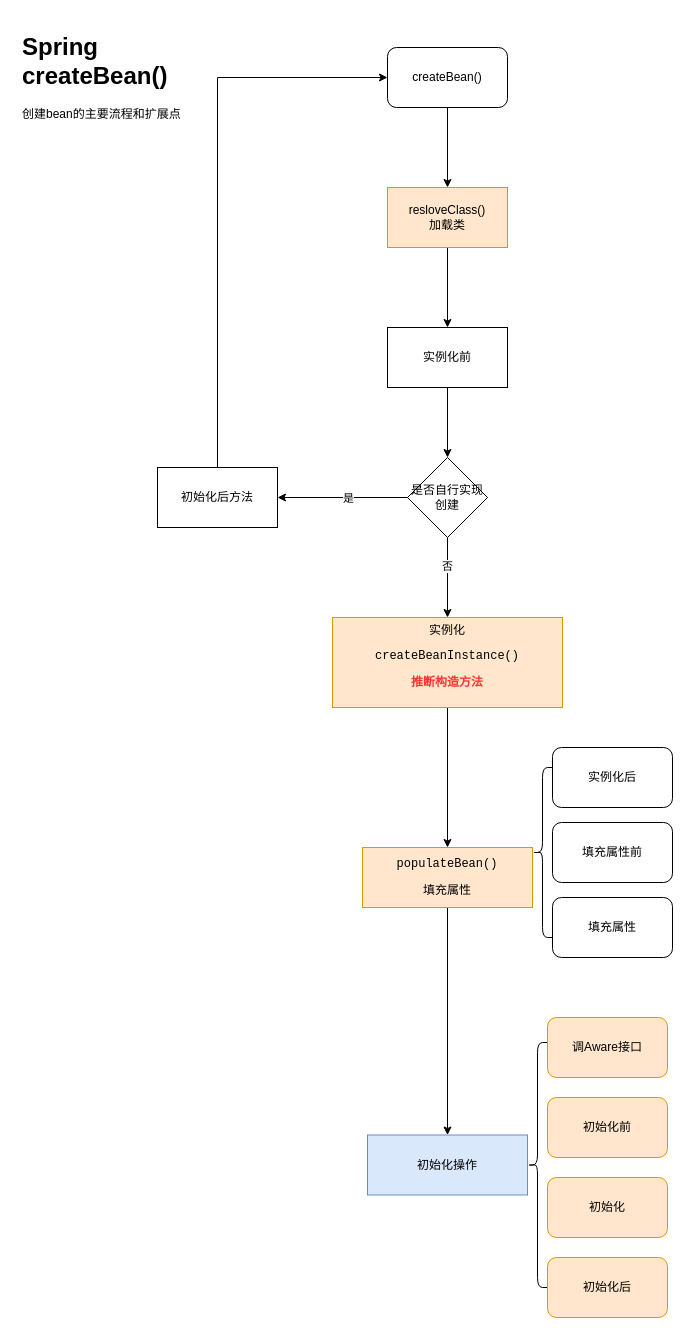
naccoit/drawio keeps this draw.io diagram as runninpanda/framework/spring/Spring createBean流程.drawio. Above is the earlier version. Source tidied: cells renumbered, new cells numbered last; positions are measured from the earlier drawing's top-left corner, leaving out a move shared by most shapes. Both pictures are drawn from the tidied source at 100%, with x=0, y=0 at pixel (17, 27).
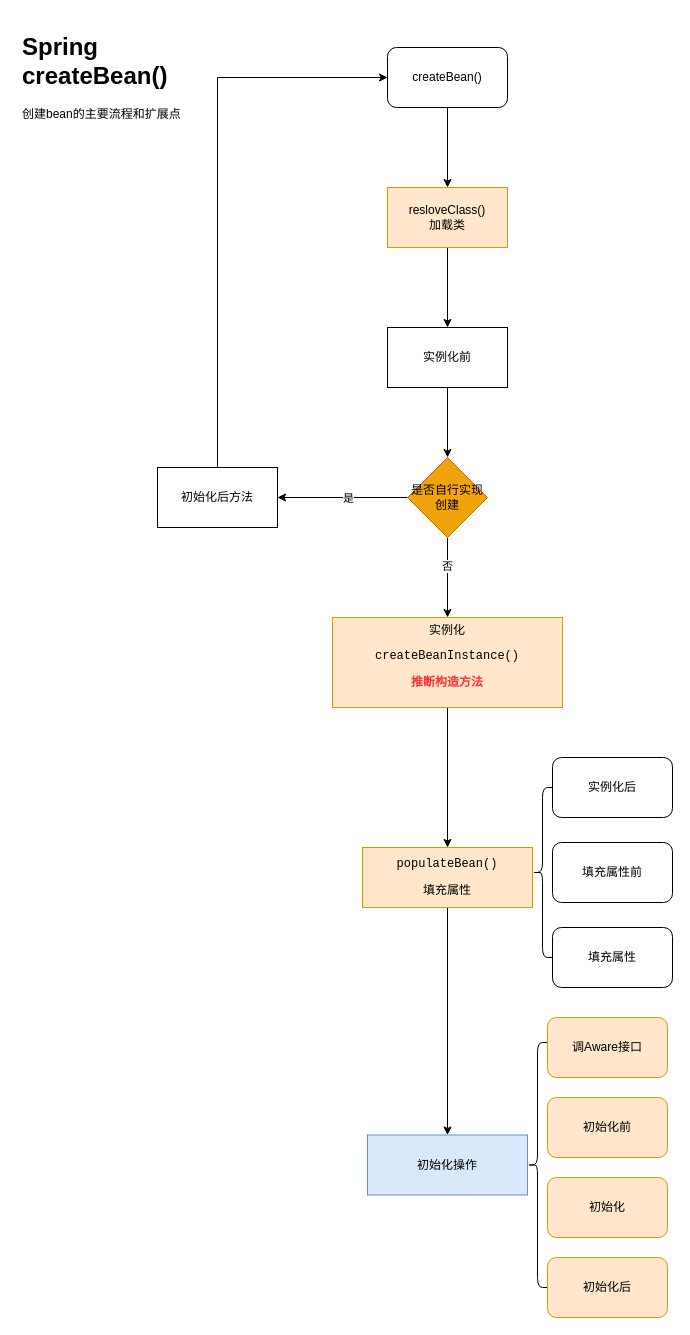
After the change.

What changed in the source:
```diff
@@
-    <mxCell id="13" value="是否自行实现创建" style="rhombus;whiteSpace=wrap;html=1;rounded=0;" parent="1" vertex="1">
+    <mxCell id="13" value="是否自行实现创建" style="rhombus;whiteSpace=wrap;html=1;rounded=0;fillColor=#f0a30a;strokeColor=#BD7000;fontColor=#000000;" parent="1" vertex="1">
       <mxGeometry x="390" y="430" width="80" height="80" as="geometry" />
     </mxCell>
@@
     <mxCell id="20" style="shape=curlyBracket;whiteSpace=wrap;html=1;rounded=1;size=0.5;" parent="1" vertex="1">
-      <mxGeometry x="515" y="740" width="20" height="170" as="geometry" />
+      <mxGeometry x="515" y="760" width="20" height="170" as="geometry" />
     </mxCell>
     <mxCell id="21" value="实例化后" style="rounded=1;whiteSpace=wrap;html=1;" parent="1" vertex="1">
-      <mxGeometry x="535" y="720" width="120" height="60" as="geometry" />
+      <mxGeometry x="535" y="730" width="120" height="60" as="geometry" />
     </mxCell>
     <mxCell id="22" value="填充属性前" style="rounded=1;whiteSpace=wrap;html=1;" parent="1" vertex="1">
-      <mxGeometry x="535" y="795" width="120" height="60" as="geometry" />
+      <mxGeometry x="535" y="815" width="120" height="60" as="geometry" />
     </mxCell>
     <mxCell id="23" value="填充属性" style="rounded=1;whiteSpace=wrap;html=1;" parent="1" vertex="1">
-      <mxGeometry x="535" y="870" width="120" height="60" as="geometry" />
+      <mxGeometry x="535" y="900" width="120" height="60" as="geometry" />
     </mxCell>
```
